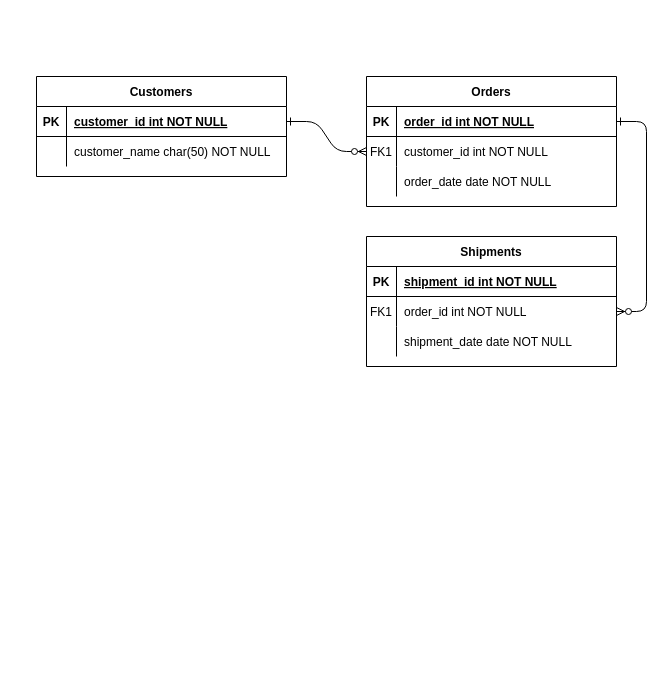
Earlier version of the draw.io diagram Untitled Diagram.drawio (DucLinh27/Exercise_Module1). Source tidied: cells renumbered, new cells numbered last; positions are measured from the earlier drawing's top-left corner, leaving out a move shared by most shapes. Both pictures are drawn from the tidied source at 100%, with x=0, y=0 at pixel (36, 76).
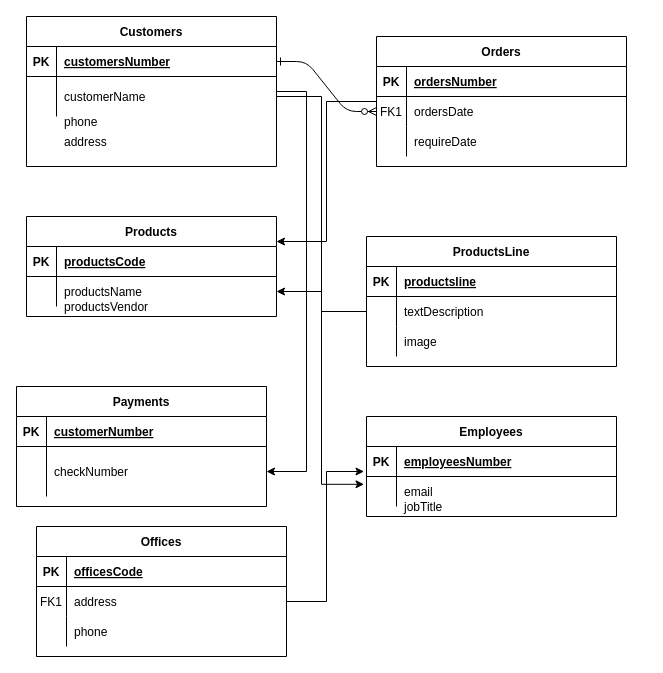
The same diagram, later.

The change refers to these unchanged cells:
```xml
<mxCell id="5" style="shape=partialRectangle;fillColor=none;points=[[0,0.5],[1,0.5]];portConstraint=eastwest;top=0;left=0;right=0;bottom=1;" parent="4" vertex="1">
  <mxGeometry y="30" width="250" height="30" as="geometry" />
</mxCell>
<mxCell id="8" style="shape=partialRectangle;fillColor=none;points=[[0,0.5],[1,0.5]];portConstraint=eastwest;top=0;left=0;right=0;bottom=0;" parent="4" vertex="1">
  <mxGeometry y="60" width="250" height="30" as="geometry" />
</mxCell>
<mxCell id="11" style="shape=partialRectangle;fillColor=none;top=0;left=0;right=0;bottom=0;" parent="4" vertex="1">
  <mxGeometry y="90" width="250" height="30" as="geometry" />
</mxCell>
<mxCell id="15" style="shape=partialRectangle;fillColor=none;top=0;left=0;right=0;bottom=1;" parent="14" vertex="1">
  <mxGeometry y="30" width="250" height="30" as="geometry" />
</mxCell>
<mxCell id="18" style="shape=partialRectangle;fillColor=none;points=[[0,0.5],[1,0.5]];portConstraint=eastwest;top=0;left=0;right=0;bottom=0;" parent="14" vertex="1">
  <mxGeometry y="60" width="250" height="30" as="geometry" />
</mxCell>
<mxCell id="21" style="shape=partialRectangle;fillColor=none;top=0;left=0;right=0;bottom=0;" parent="14" vertex="1">
  <mxGeometry y="90" width="250" height="30" as="geometry" />
</mxCell>
<mxCell id="25" style="shape=partialRectangle;fillColor=none;points=[[0,0.5],[1,0.5]];portConstraint=eastwest;top=0;left=0;right=0;bottom=1;" parent="24" vertex="1">
  <mxGeometry y="30" width="250" height="30" as="geometry" />
</mxCell>
```

Change to the diagram source:
```diff
@@
-    <mxCell id="3" style="edgeStyle=entityRelationEdgeStyle;endArrow=ERzeroToMany;startArrow=ERone;endFill=1;startFill=0;" parent="1" edge="1" source="5" target="18">
-      <mxGeometry relative="1" as="geometry" />
-    </mxCell>
+    <mxCell id="31" style="edgeStyle=orthogonalEdgeStyle;rounded=0;jettySize=auto;html=1;entryX=1;entryY=0.25;entryDx=0;entryDy=0;" parent="1" edge="1" source="4" target="33">
+      <mxGeometry relative="1" as="geometry" />
+    </mxCell>
     <mxCell id="4" value="Orders" style="shape=table;startSize=30;childLayout=tableLayout;rowLines=0;fontStyle=1;align=center;" parent="1" vertex="1">
-      <mxGeometry x="330" width="250" height="130" as="geometry" />
+      <mxGeometry x="340" y="-40" width="250" height="130" as="geometry" />
     </mxCell>
@@
-    <mxCell id="7" value="order_id int NOT NULL " style="shape=partialRectangle;overflow=hidden;fillColor=none;top=0;left=0;bottom=0;right=0;align=left;spacingLeft=6;fontStyle=5;" parent="5" vertex="1">
+    <mxCell id="7" value="ordersNumber" style="shape=partialRectangle;overflow=hidden;fillColor=none;top=0;left=0;bottom=0;right=0;align=left;spacingLeft=6;fontStyle=5;" parent="5" vertex="1">
       <mxGeometry x="30" width="220" height="30" as="geometry" />
     </mxCell>
@@
-    <mxCell id="10" value="customer_id int NOT NULL" style="shape=partialRectangle;overflow=hidden;fillColor=none;top=0;left=0;bottom=0;right=0;align=left;spacingLeft=6;" parent="8" vertex="1">
+    <mxCell id="10" value="ordersDate" style="shape=partialRectangle;overflow=hidden;fillColor=none;top=0;left=0;bottom=0;right=0;align=left;spacingLeft=6;" parent="8" vertex="1">
       <mxGeometry x="30" width="220" height="30" as="geometry" />
     </mxCell>
@@
-    <mxCell id="13" value="order_date date NOT NULL" style="shape=partialRectangle;overflow=hidden;fillColor=none;top=0;left=0;bottom=0;right=0;align=left;spacingLeft=6;" parent="11" vertex="1">
+    <mxCell id="13" value="requireDate" style="shape=partialRectangle;overflow=hidden;fillColor=none;top=0;left=0;bottom=0;right=0;align=left;spacingLeft=6;" parent="11" vertex="1">
       <mxGeometry x="30" width="220" height="30" as="geometry" />
     </mxCell>
-    <mxCell id="14" value="Shipments" style="shape=table;startSize=30;childLayout=tableLayout;rowLines=0;fontStyle=1;align=center;" parent="1" vertex="1">
+    <mxCell id="14" value="ProductsLine" style="shape=table;startSize=30;childLayout=tableLayout;rowLines=0;fontStyle=1;align=center;" parent="1" vertex="1">
       <mxGeometry x="330" y="160" width="250" height="130" as="geometry" />
     </mxCell>
@@
-    <mxCell id="17" value="shipment_id int NOT NULL " style="shape=partialRectangle;overflow=hidden;fillColor=none;top=0;left=0;bottom=0;right=0;align=left;spacingLeft=6;fontStyle=5;" parent="15" vertex="1">
+    <mxCell id="17" value="productsline" style="shape=partialRectangle;overflow=hidden;fillColor=none;top=0;left=0;bottom=0;right=0;align=left;spacingLeft=6;fontStyle=5;" parent="15" vertex="1">
       <mxGeometry x="30" width="220" height="30" as="geometry" />
     </mxCell>
@@
-    <mxCell id="19" value="FK1" style="shape=partialRectangle;overflow=hidden;fillColor=none;top=0;left=0;bottom=0;right=0;" parent="18" vertex="1">
+    <mxCell id="19" style="shape=partialRectangle;overflow=hidden;fillColor=none;top=0;left=0;bottom=0;right=0;" parent="18" vertex="1">
       <mxGeometry width="30" height="30" as="geometry" />
     </mxCell>
-    <mxCell id="20" value="order_id int NOT NULL" style="shape=partialRectangle;overflow=hidden;fillColor=none;top=0;left=0;bottom=0;right=0;align=left;spacingLeft=6;" parent="18" vertex="1">
+    <mxCell id="20" value="textDescription" style="shape=partialRectangle;overflow=hidden;fillColor=none;top=0;left=0;bottom=0;right=0;align=left;spacingLeft=6;" parent="18" vertex="1">
       <mxGeometry x="30" width="220" height="30" as="geometry" />
     </mxCell>
@@
-    <mxCell id="23" value="shipment_date date NOT NULL" style="shape=partialRectangle;overflow=hidden;fillColor=none;top=0;left=0;bottom=0;right=0;align=left;spacingLeft=6;" parent="21" vertex="1">
+    <mxCell id="23" value="image" style="shape=partialRectangle;overflow=hidden;fillColor=none;top=0;left=0;bottom=0;right=0;align=left;spacingLeft=6;" parent="21" vertex="1">
       <mxGeometry x="30" width="220" height="30" as="geometry" />
     </mxCell>
+    <mxCell id="32" style="edgeStyle=orthogonalEdgeStyle;rounded=0;jettySize=auto;html=1;entryX=1;entryY=0.5;entryDx=0;entryDy=0;" parent="1" edge="1" source="24" target="51">
+      <mxGeometry relative="1" as="geometry">
+        <Array as="points">
+          <mxPoint x="270" y="15" />
+          <mxPoint x="270" y="395" />
+        </Array>
+      </mxGeometry>
+    </mxCell>
     <mxCell id="24" value="Customers" style="shape=table;startSize=30;childLayout=tableLayout;rowLines=0;fontStyle=1;align=center;" parent="1" vertex="1">
-      <mxGeometry width="250" height="100" as="geometry" />
+      <mxGeometry x="-10" y="-60" width="250" height="150" as="geometry" />
     </mxCell>
@@
-    <mxCell id="27" value="customer_id int NOT NULL " style="shape=partialRectangle;overflow=hidden;fillColor=none;top=0;left=0;bottom=0;right=0;align=left;spacingLeft=6;fontStyle=5;" parent="25" vertex="1">
+    <mxCell id="27" value="customersNumber" style="shape=partialRectangle;overflow=hidden;fillColor=none;top=0;left=0;bottom=0;right=0;align=left;spacingLeft=6;fontStyle=5;" parent="25" vertex="1">
       <mxGeometry x="30" width="220" height="30" as="geometry" />
     </mxCell>
     <mxCell id="28" style="shape=partialRectangle;fillColor=none;points=[[0,0.5],[1,0.5]];portConstraint=eastwest;top=0;left=0;right=0;bottom=0;" parent="24" vertex="1">
-      <mxGeometry y="60" width="250" height="30" as="geometry" />
+      <mxGeometry y="60" width="250" height="40" as="geometry" />
     </mxCell>
     <mxCell id="29" style="shape=partialRectangle;overflow=hidden;fillColor=none;top=0;left=0;bottom=0;right=0;" parent="28" vertex="1">
-      <mxGeometry width="30" height="30" as="geometry" />
+      <mxGeometry width="30" height="40" as="geometry" />
     </mxCell>
-    <mxCell id="30" value="customer_name char(50) NOT NULL" style="shape=partialRectangle;overflow=hidden;fillColor=none;top=0;left=0;bottom=0;right=0;align=left;spacingLeft=6;" parent="28" vertex="1">
-      <mxGeometry x="30" width="220" height="30" as="geometry" />
+    <mxCell id="30" value="customerName" style="shape=partialRectangle;overflow=hidden;fillColor=none;top=0;left=0;bottom=0;right=0;align=left;spacingLeft=6;" parent="28" vertex="1">
+      <mxGeometry x="30" width="220" height="40" as="geometry" />
     </mxCell>
+    <mxCell id="33" value="Products" style="shape=table;startSize=30;childLayout=tableLayout;rowLines=0;fontStyle=1;align=center;" parent="1" vertex="1">
+      <mxGeometry x="-10" y="140" width="250" height="100" as="geometry" />
+    </mxCell>
+    <mxCell id="34" style="shape=partialRectangle;fillColor=none;top=0;left=0;right=0;bottom=1;" parent="33" vertex="1">
+      <mxGeometry y="30" width="250" height="30" as="geometry" />
+    </mxCell>
+    <mxCell id="35" value="PK" style="shape=partialRectangle;overflow=hidden;fillColor=none;top=0;left=0;bottom=0;right=0;fontStyle=1;" parent="34" vertex="1">
+      <mxGeometry width="30" height="30" as="geometry" />
+    </mxCell>
+    <mxCell id="36" value="productsCode" style="shape=partialRectangle;overflow=hidden;fillColor=none;top=0;left=0;bottom=0;right=0;align=left;spacingLeft=6;fontStyle=5;" parent="34" vertex="1">
+      <mxGeometry x="30" width="220" height="30" as="geometry" />
+    </mxCell>
+    <mxCell id="37" style="shape=partialRectangle;fillColor=none;points=[[0,0.5],[1,0.5]];portConstraint=eastwest;top=0;left=0;right=0;bottom=0;" parent="33" vertex="1">
+      <mxGeometry y="60" width="250" height="30" as="geometry" />
+    </mxCell>
+    <mxCell id="38" style="shape=partialRectangle;overflow=hidden;fillColor=none;top=0;left=0;bottom=0;right=0;" parent="37" vertex="1">
+      <mxGeometry width="30" height="30" as="geometry" />
+    </mxCell>
+    <mxCell id="39" value="productsName" style="shape=partialRectangle;overflow=hidden;fillColor=none;top=0;left=0;bottom=0;right=0;align=left;spacingLeft=6;" parent="37" vertex="1">
+      <mxGeometry x="30" width="220" height="30" as="geometry" />
+    </mxCell>
+    <mxCell id="40" value="Employees" style="shape=table;startSize=30;childLayout=tableLayout;rowLines=0;fontStyle=1;align=center;" parent="1" vertex="1">
+      <mxGeometry x="330" y="340" width="250" height="100" as="geometry" />
+    </mxCell>
+    <mxCell id="41" style="shape=partialRectangle;fillColor=none;points=[[0,0.5],[1,0.5]];portConstraint=eastwest;top=0;left=0;right=0;bottom=1;" parent="40" vertex="1">
+      <mxGeometry y="30" width="250" height="30" as="geometry" />
+    </mxCell>
+    <mxCell id="42" value="PK" style="shape=partialRectangle;overflow=hidden;fillColor=none;top=0;left=0;bottom=0;right=0;fontStyle=1;" parent="41" vertex="1">
+      <mxGeometry width="30" height="30" as="geometry" />
+    </mxCell>
+    <mxCell id="43" value="employeesNumber" style="shape=partialRectangle;overflow=hidden;fillColor=none;top=0;left=0;bottom=0;right=0;align=left;spacingLeft=6;fontStyle=5;" parent="41" vertex="1">
+      <mxGeometry x="30" width="220" height="30" as="geometry" />
+    </mxCell>
+    <mxCell id="44" style="shape=partialRectangle;fillColor=none;points=[[0,0.5],[1,0.5]];portConstraint=eastwest;top=0;left=0;right=0;bottom=0;" parent="40" vertex="1">
+      <mxGeometry y="60" width="250" height="30" as="geometry" />
+    </mxCell>
+    <mxCell id="45" style="shape=partialRectangle;overflow=hidden;fillColor=none;top=0;left=0;bottom=0;right=0;" parent="44" vertex="1">
+      <mxGeometry width="30" height="30" as="geometry" />
+    </mxCell>
+    <mxCell id="46" value="email" style="shape=partialRectangle;overflow=hidden;fillColor=none;top=0;left=0;bottom=0;right=0;align=left;spacingLeft=6;" parent="44" vertex="1">
+      <mxGeometry x="30" width="220" height="30" as="geometry" />
+    </mxCell>
+    <mxCell id="47" value="Payments" style="shape=table;startSize=30;childLayout=tableLayout;rowLines=0;fontStyle=1;align=center;" parent="1" vertex="1">
+      <mxGeometry x="-20" y="310" width="250" height="120" as="geometry" />
+    </mxCell>
+    <mxCell id="48" style="shape=partialRectangle;fillColor=none;top=0;left=0;right=0;bottom=1;" parent="47" vertex="1">
+      <mxGeometry y="30" width="250" height="30" as="geometry" />
+    </mxCell>
+    <mxCell id="49" value="PK" style="shape=partialRectangle;overflow=hidden;fillColor=none;top=0;left=0;bottom=0;right=0;fontStyle=1;" parent="48" vertex="1">
+      <mxGeometry width="30" height="30" as="geometry" />
+    </mxCell>
+    <mxCell id="50" value="customerNumber" style="shape=partialRectangle;overflow=hidden;fillColor=none;top=0;left=0;bottom=0;right=0;align=left;spacingLeft=6;fontStyle=5;" parent="48" vertex="1">
+      <mxGeometry x="30" width="220" height="30" as="geometry" />
+    </mxCell>
+    <mxCell id="51" style="shape=partialRectangle;fillColor=none;points=[[0,0.5],[1,0.5]];portConstraint=eastwest;top=0;left=0;right=0;bottom=0;" parent="47" vertex="1">
+      <mxGeometry y="60" width="250" height="50" as="geometry" />
+    </mxCell>
+    <mxCell id="52" style="shape=partialRectangle;overflow=hidden;fillColor=none;top=0;left=0;bottom=0;right=0;" parent="51" vertex="1">
+      <mxGeometry width="30" height="50" as="geometry" />
+    </mxCell>
+    <mxCell id="53" value="checkNumber" style="shape=partialRectangle;overflow=hidden;fillColor=none;top=0;left=0;bottom=0;right=0;align=left;spacingLeft=6;" parent="51" vertex="1">
+      <mxGeometry x="30" width="220" height="50" as="geometry" />
+    </mxCell>
+    <mxCell id="54" value="Offices" style="shape=table;startSize=30;childLayout=tableLayout;rowLines=0;fontStyle=1;align=center;" parent="1" vertex="1">
+      <mxGeometry y="450" width="250" height="130" as="geometry" />
+    </mxCell>
+    <mxCell id="55" style="shape=partialRectangle;fillColor=none;top=0;left=0;right=0;bottom=1;" parent="54" vertex="1">
+      <mxGeometry y="30" width="250" height="30" as="geometry" />
+    </mxCell>
+    <mxCell id="56" value="PK" style="shape=partialRectangle;overflow=hidden;fillColor=none;top=0;left=0;bottom=0;right=0;fontStyle=1;" parent="55" vertex="1">
+      <mxGeometry width="30" height="30" as="geometry" />
+    </mxCell>
+    <mxCell id="57" value="officesCode" style="shape=partialRectangle;overflow=hidden;fillColor=none;top=0;left=0;bottom=0;right=0;align=left;spacingLeft=6;fontStyle=5;" parent="55" vertex="1">
+      <mxGeometry x="30" width="220" height="30" as="geometry" />
+    </mxCell>
+    <mxCell id="58" style="shape=partialRectangle;fillColor=none;points=[[0,0.5],[1,0.5]];portConstraint=eastwest;top=0;left=0;right=0;bottom=0;" parent="54" vertex="1">
+      <mxGeometry y="60" width="250" height="30" as="geometry" />
+    </mxCell>
+    <mxCell id="59" value="FK1" style="shape=partialRectangle;overflow=hidden;fillColor=none;top=0;left=0;bottom=0;right=0;" parent="58" vertex="1">
+      <mxGeometry width="30" height="30" as="geometry" />
+    </mxCell>
+    <mxCell id="60" value="address" style="shape=partialRectangle;overflow=hidden;fillColor=none;top=0;left=0;bottom=0;right=0;align=left;spacingLeft=6;" parent="58" vertex="1">
+      <mxGeometry x="30" width="220" height="30" as="geometry" />
+    </mxCell>
+    <mxCell id="61" style="shape=partialRectangle;fillColor=none;top=0;left=0;right=0;bottom=0;" parent="54" vertex="1">
+      <mxGeometry y="90" width="250" height="30" as="geometry" />
+    </mxCell>
+    <mxCell id="62" style="shape=partialRectangle;overflow=hidden;fillColor=none;top=0;left=0;bottom=0;right=0;" parent="61" vertex="1">
+      <mxGeometry width="30" height="30" as="geometry" />
+    </mxCell>
+    <mxCell id="63" value="phone" style="shape=partialRectangle;overflow=hidden;fillColor=none;top=0;left=0;bottom=0;right=0;align=left;spacingLeft=6;" parent="61" vertex="1">
+      <mxGeometry x="30" width="220" height="30" as="geometry" />
+    </mxCell>
+    <mxCell id="64" value="phone" style="shape=partialRectangle;overflow=hidden;fillColor=none;top=0;left=0;bottom=0;right=0;align=left;spacingLeft=6;" parent="1" vertex="1">
+      <mxGeometry x="20" y="20" width="220" height="50" as="geometry" />
+    </mxCell>
+    <mxCell id="65" value="address" style="shape=partialRectangle;overflow=hidden;fillColor=none;top=0;left=0;bottom=0;right=0;align=left;spacingLeft=6;" parent="1" vertex="1">
+      <mxGeometry x="20" y="40" width="220" height="50" as="geometry" />
+    </mxCell>
+    <mxCell id="66" value="productsVendor" style="shape=partialRectangle;overflow=hidden;fillColor=none;top=0;left=0;bottom=0;right=0;align=left;spacingLeft=6;" parent="1" vertex="1">
+      <mxGeometry x="20" y="210" width="220" height="40" as="geometry" />
+    </mxCell>
+    <mxCell id="67" value="jobTitle" style="shape=partialRectangle;overflow=hidden;fillColor=none;top=0;left=0;bottom=0;right=0;align=left;spacingLeft=6;" parent="1" vertex="1">
+      <mxGeometry x="360" y="415" width="220" height="30" as="geometry" />
+    </mxCell>
+    <mxCell id="68" style="edgeStyle=orthogonalEdgeStyle;rounded=0;jettySize=auto;html=1;" parent="1" edge="1" source="18" target="37">
+      <mxGeometry relative="1" as="geometry" />
+    </mxCell>
+    <mxCell id="69" style="edgeStyle=orthogonalEdgeStyle;rounded=0;jettySize=auto;html=1;entryX=-0.01;entryY=0.26;entryDx=0;entryDy=0;entryPerimeter=0;" parent="1" edge="1" source="28" target="44">
+      <mxGeometry relative="1" as="geometry" />
+    </mxCell>
+    <mxCell id="70" style="edgeStyle=orthogonalEdgeStyle;rounded=0;jettySize=auto;html=1;entryX=-0.01;entryY=0.833;entryDx=0;entryDy=0;entryPerimeter=0;" parent="1" edge="1" source="58" target="41">
+      <mxGeometry relative="1" as="geometry" />
+    </mxCell>
+    <mxCell id="71" style="shape=partialRectangle;overflow=hidden;fillColor=none;top=0;left=0;bottom=0;right=0;" parent="1" vertex="1">
+      <mxGeometry x="-10" width="30" height="30" as="geometry" />
+    </mxCell>
```
